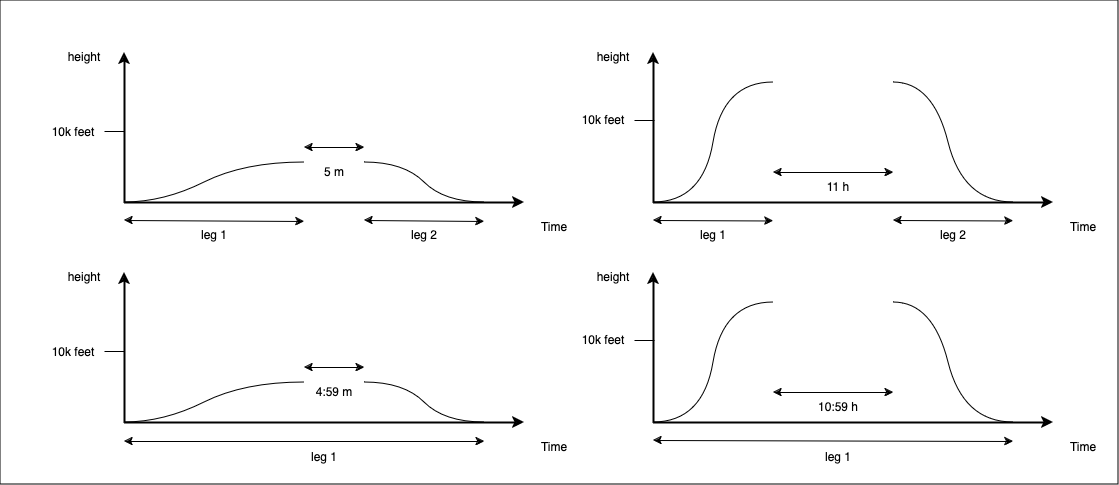
jorgecardleitao/private-jets keeps this draw.io diagram as explain.drawio.png. Above is the earlier version. Source tidied: cells renumbered, new cells last; positions are measured from the earlier drawing's top-left corner, leaving out a move shared by most shapes. Source of this version:
```xml
<mxGraphModel background="#FFFFFF">
  <root>
    <mxCell id="0" />
    <mxCell id="1" parent="0" />
    <mxCell id="2" style="rounded=0;whiteSpace=wrap;html=1;fillColor=#FFFFFF;" parent="1" vertex="1">
      <mxGeometry width="1118" height="484" as="geometry" />
    </mxCell>
    <mxCell id="3" style="endArrow=classic;html=1;rounded=0;strokeWidth=2;strokeColor=#000000;fontColor=#000000;" parent="1" edge="1">
      <mxGeometry relative="1" as="geometry">
        <mxPoint x="653" y="202" as="sourcePoint" />
        <mxPoint x="653" y="52" as="targetPoint" />
      </mxGeometry>
    </mxCell>
    <mxCell id="4" style="endArrow=classic;html=1;rounded=0;strokeWidth=2;strokeColor=#000000;fontColor=#000000;" parent="1" edge="1">
      <mxGeometry relative="1" as="geometry">
        <mxPoint x="653" y="202" as="sourcePoint" />
        <mxPoint x="1053" y="202" as="targetPoint" />
      </mxGeometry>
    </mxCell>
    <mxCell id="5" style="curved=1;endArrow=none;html=1;rounded=0;endFill=0;strokeColor=#000000;fontColor=#000000;" parent="1" edge="1">
      <mxGeometry relative="1" as="geometry">
        <mxPoint x="653" y="202" as="sourcePoint" />
        <mxPoint x="773" y="82" as="targetPoint" />
        <Array as="points">
          <mxPoint x="703" y="202" />
          <mxPoint x="723" y="82" />
        </Array>
      </mxGeometry>
    </mxCell>
    <mxCell id="6" style="curved=1;endArrow=none;html=1;rounded=0;endFill=0;strokeColor=#000000;fontColor=#000000;" parent="1" edge="1">
      <mxGeometry relative="1" as="geometry">
        <mxPoint x="893" y="82" as="sourcePoint" />
        <mxPoint x="1013" y="202" as="targetPoint" />
        <Array as="points">
          <mxPoint x="933" y="82" />
          <mxPoint x="963" y="202" />
        </Array>
      </mxGeometry>
    </mxCell>
    <mxCell id="7" value="height" style="text;html=1;strokeColor=none;fillColor=none;align=center;verticalAlign=middle;whiteSpace=wrap;rounded=0;fontColor=#000000;" parent="1" vertex="1">
      <mxGeometry x="583" y="42" width="60" height="30" as="geometry" />
    </mxCell>
    <mxCell id="8" value="Time" style="text;html=1;strokeColor=none;fillColor=none;align=center;verticalAlign=middle;whiteSpace=wrap;rounded=0;fontColor=#000000;" parent="1" vertex="1">
      <mxGeometry x="1053" y="212" width="60" height="30" as="geometry" />
    </mxCell>
    <mxCell id="9" style="endArrow=classic;startArrow=classic;html=1;rounded=0;strokeColor=#000000;fontColor=#000000;" parent="1" edge="1">
      <mxGeometry relative="1" as="geometry">
        <mxPoint x="773" y="172" as="sourcePoint" />
        <mxPoint x="893" y="172" as="targetPoint" />
      </mxGeometry>
    </mxCell>
    <mxCell id="10" value="11 h" style="text;html=1;strokeColor=none;fillColor=none;align=center;verticalAlign=middle;whiteSpace=wrap;rounded=0;fontColor=#000000;" parent="1" vertex="1">
      <mxGeometry x="808" y="172" width="60" height="30" as="geometry" />
    </mxCell>
    <mxCell id="11" style="endArrow=classic;html=1;rounded=0;strokeWidth=2;strokeColor=#000000;fontColor=#000000;" parent="1" edge="1">
      <mxGeometry relative="1" as="geometry">
        <mxPoint x="124" y="202" as="sourcePoint" />
        <mxPoint x="124" y="52" as="targetPoint" />
      </mxGeometry>
    </mxCell>
    <mxCell id="12" style="endArrow=classic;html=1;rounded=0;strokeWidth=2;strokeColor=#000000;fontColor=#000000;" parent="1" edge="1">
      <mxGeometry relative="1" as="geometry">
        <mxPoint x="124" y="202" as="sourcePoint" />
        <mxPoint x="524" y="202" as="targetPoint" />
      </mxGeometry>
    </mxCell>
    <mxCell id="13" style="curved=1;endArrow=none;html=1;rounded=0;endFill=0;strokeColor=#000000;fontColor=#000000;" parent="1" edge="1">
      <mxGeometry relative="1" as="geometry">
        <mxPoint x="124" y="202" as="sourcePoint" />
        <mxPoint x="304" y="162" as="targetPoint" />
        <Array as="points">
          <mxPoint x="164" y="202" />
          <mxPoint x="244" y="162" />
        </Array>
      </mxGeometry>
    </mxCell>
    <mxCell id="14" style="curved=1;endArrow=none;html=1;rounded=0;endFill=0;strokeColor=#000000;fontColor=#000000;" parent="1" edge="1">
      <mxGeometry relative="1" as="geometry">
        <mxPoint x="364" y="162" as="sourcePoint" />
        <mxPoint x="484" y="202" as="targetPoint" />
        <Array as="points">
          <mxPoint x="404" y="162" />
          <mxPoint x="444" y="202" />
        </Array>
      </mxGeometry>
    </mxCell>
    <mxCell id="15" value="height" style="text;html=1;strokeColor=none;fillColor=none;align=center;verticalAlign=middle;whiteSpace=wrap;rounded=0;fontColor=#000000;" parent="1" vertex="1">
      <mxGeometry x="54" y="42" width="60" height="30" as="geometry" />
    </mxCell>
    <mxCell id="16" value="Time" style="text;html=1;strokeColor=none;fillColor=none;align=center;verticalAlign=middle;whiteSpace=wrap;rounded=0;fontColor=#000000;" parent="1" vertex="1">
      <mxGeometry x="524" y="212" width="60" height="30" as="geometry" />
    </mxCell>
    <mxCell id="17" style="endArrow=classic;startArrow=classic;html=1;rounded=0;strokeColor=#000000;fontColor=#000000;" parent="1" edge="1">
      <mxGeometry relative="1" as="geometry">
        <mxPoint x="653" y="220" as="sourcePoint" />
        <mxPoint x="773" y="220.5" as="targetPoint" />
      </mxGeometry>
    </mxCell>
    <mxCell id="18" style="endArrow=classic;startArrow=classic;html=1;rounded=0;strokeColor=#000000;fontColor=#000000;" parent="1" edge="1">
      <mxGeometry relative="1" as="geometry">
        <mxPoint x="893" y="220" as="sourcePoint" />
        <mxPoint x="1013" y="220.5" as="targetPoint" />
      </mxGeometry>
    </mxCell>
    <mxCell id="19" value="leg 1" style="text;html=1;strokeColor=none;fillColor=none;align=center;verticalAlign=middle;whiteSpace=wrap;rounded=0;fontColor=#000000;" parent="1" vertex="1">
      <mxGeometry x="683" y="220" width="60" height="30" as="geometry" />
    </mxCell>
    <mxCell id="20" value="leg 2" style="text;html=1;strokeColor=none;fillColor=none;align=center;verticalAlign=middle;whiteSpace=wrap;rounded=0;fontColor=#000000;" parent="1" vertex="1">
      <mxGeometry x="923" y="220" width="60" height="30" as="geometry" />
    </mxCell>
    <mxCell id="21" style="endArrow=none;html=1;rounded=0;strokeColor=#000000;fontColor=#000000;" parent="1" edge="1">
      <mxGeometry relative="1" as="geometry">
        <mxPoint x="104" y="131" as="sourcePoint" />
        <mxPoint x="124" y="131" as="targetPoint" />
      </mxGeometry>
    </mxCell>
    <mxCell id="22" style="endArrow=none;html=1;rounded=0;strokeColor=#000000;fontColor=#000000;" parent="1" edge="1">
      <mxGeometry relative="1" as="geometry">
        <mxPoint x="634" y="120" as="sourcePoint" />
        <mxPoint x="654" y="120" as="targetPoint" />
      </mxGeometry>
    </mxCell>
    <mxCell id="23" value="10k feet" style="text;html=1;strokeColor=none;fillColor=none;align=center;verticalAlign=middle;whiteSpace=wrap;rounded=0;fontColor=#000000;" parent="1" vertex="1">
      <mxGeometry x="43" y="117" width="60" height="30" as="geometry" />
    </mxCell>
    <mxCell id="24" value="10k feet" style="text;html=1;strokeColor=none;fillColor=none;align=center;verticalAlign=middle;whiteSpace=wrap;rounded=0;fontColor=#000000;" parent="1" vertex="1">
      <mxGeometry x="573" y="105" width="60" height="30" as="geometry" />
    </mxCell>
    <mxCell id="25" style="endArrow=classic;startArrow=classic;html=1;rounded=0;strokeColor=#000000;fontColor=#000000;" parent="1" edge="1">
      <mxGeometry relative="1" as="geometry">
        <mxPoint x="304" y="147" as="sourcePoint" />
        <mxPoint x="364" y="147" as="targetPoint" />
      </mxGeometry>
    </mxCell>
    <mxCell id="26" value="5 m" style="text;html=1;strokeColor=none;fillColor=none;align=center;verticalAlign=middle;whiteSpace=wrap;rounded=0;fontColor=#000000;" parent="1" vertex="1">
      <mxGeometry x="304" y="157" width="60" height="30" as="geometry" />
    </mxCell>
    <mxCell id="27" style="endArrow=classic;startArrow=classic;html=1;rounded=0;strokeColor=#000000;fontColor=#000000;" parent="1" edge="1">
      <mxGeometry relative="1" as="geometry">
        <mxPoint x="124" y="220" as="sourcePoint" />
        <mxPoint x="304" y="221" as="targetPoint" />
      </mxGeometry>
    </mxCell>
    <mxCell id="28" style="endArrow=classic;startArrow=classic;html=1;rounded=0;strokeColor=#000000;fontColor=#000000;" parent="1" edge="1">
      <mxGeometry relative="1" as="geometry">
        <mxPoint x="364" y="220" as="sourcePoint" />
        <mxPoint x="484" y="221" as="targetPoint" />
      </mxGeometry>
    </mxCell>
    <mxCell id="29" value="leg 1" style="text;html=1;strokeColor=none;fillColor=none;align=center;verticalAlign=middle;whiteSpace=wrap;rounded=0;fontColor=#000000;" parent="1" vertex="1">
      <mxGeometry x="184" y="220" width="60" height="30" as="geometry" />
    </mxCell>
    <mxCell id="30" value="leg 2" style="text;html=1;strokeColor=none;fillColor=none;align=center;verticalAlign=middle;whiteSpace=wrap;rounded=0;fontColor=#000000;" parent="1" vertex="1">
      <mxGeometry x="394" y="220" width="60" height="30" as="geometry" />
    </mxCell>
    <mxCell id="31" style="endArrow=classic;html=1;rounded=0;strokeWidth=2;strokeColor=#000000;fontColor=#000000;" parent="1" edge="1">
      <mxGeometry relative="1" as="geometry">
        <mxPoint x="124" y="422" as="sourcePoint" />
        <mxPoint x="124" y="272" as="targetPoint" />
      </mxGeometry>
    </mxCell>
    <mxCell id="32" style="endArrow=classic;html=1;rounded=0;strokeWidth=2;strokeColor=#000000;fontColor=#000000;" parent="1" edge="1">
      <mxGeometry relative="1" as="geometry">
        <mxPoint x="124" y="422" as="sourcePoint" />
        <mxPoint x="524" y="422" as="targetPoint" />
      </mxGeometry>
    </mxCell>
    <mxCell id="33" style="curved=1;endArrow=none;html=1;rounded=0;endFill=0;strokeColor=#000000;fontColor=#000000;" parent="1" edge="1">
      <mxGeometry relative="1" as="geometry">
        <mxPoint x="124" y="422" as="sourcePoint" />
        <mxPoint x="304" y="382" as="targetPoint" />
        <Array as="points">
          <mxPoint x="164" y="422" />
          <mxPoint x="244" y="382" />
        </Array>
      </mxGeometry>
    </mxCell>
    <mxCell id="34" style="curved=1;endArrow=none;html=1;rounded=0;endFill=0;strokeColor=#000000;fontColor=#000000;" parent="1" edge="1">
      <mxGeometry relative="1" as="geometry">
        <mxPoint x="364" y="382" as="sourcePoint" />
        <mxPoint x="484" y="422" as="targetPoint" />
        <Array as="points">
          <mxPoint x="404" y="382" />
          <mxPoint x="444" y="422" />
        </Array>
      </mxGeometry>
    </mxCell>
    <mxCell id="35" value="height" style="text;html=1;strokeColor=none;fillColor=none;align=center;verticalAlign=middle;whiteSpace=wrap;rounded=0;fontColor=#000000;" parent="1" vertex="1">
      <mxGeometry x="54" y="262" width="60" height="30" as="geometry" />
    </mxCell>
    <mxCell id="36" value="Time" style="text;html=1;strokeColor=none;fillColor=none;align=center;verticalAlign=middle;whiteSpace=wrap;rounded=0;fontColor=#000000;" parent="1" vertex="1">
      <mxGeometry x="524" y="432" width="60" height="30" as="geometry" />
    </mxCell>
    <mxCell id="37" style="endArrow=none;html=1;rounded=0;strokeColor=#000000;fontColor=#000000;" parent="1" edge="1">
      <mxGeometry relative="1" as="geometry">
        <mxPoint x="104" y="351" as="sourcePoint" />
        <mxPoint x="124" y="351" as="targetPoint" />
      </mxGeometry>
    </mxCell>
    <mxCell id="38" value="10k feet" style="text;html=1;strokeColor=none;fillColor=none;align=center;verticalAlign=middle;whiteSpace=wrap;rounded=0;fontColor=#000000;" parent="1" vertex="1">
      <mxGeometry x="43" y="337" width="60" height="30" as="geometry" />
    </mxCell>
    <mxCell id="39" style="endArrow=classic;startArrow=classic;html=1;rounded=0;strokeColor=#000000;fontColor=#000000;" parent="1" edge="1">
      <mxGeometry relative="1" as="geometry">
        <mxPoint x="304" y="367" as="sourcePoint" />
        <mxPoint x="364" y="367" as="targetPoint" />
      </mxGeometry>
    </mxCell>
    <mxCell id="40" value="4:59 m" style="text;html=1;strokeColor=none;fillColor=none;align=center;verticalAlign=middle;whiteSpace=wrap;rounded=0;fontColor=#000000;" parent="1" vertex="1">
      <mxGeometry x="304" y="377" width="60" height="30" as="geometry" />
    </mxCell>
    <mxCell id="41" style="endArrow=classic;startArrow=classic;html=1;rounded=0;strokeColor=#000000;fontColor=#000000;" parent="1" edge="1">
      <mxGeometry relative="1" as="geometry">
        <mxPoint x="124" y="441" as="sourcePoint" />
        <mxPoint x="484" y="441" as="targetPoint" />
      </mxGeometry>
    </mxCell>
    <mxCell id="42" value="leg 1" style="text;html=1;strokeColor=none;fillColor=none;align=center;verticalAlign=middle;whiteSpace=wrap;rounded=0;fontColor=#000000;" parent="1" vertex="1">
      <mxGeometry x="294" y="442" width="60" height="30" as="geometry" />
    </mxCell>
    <mxCell id="43" style="endArrow=classic;html=1;rounded=0;strokeWidth=2;strokeColor=#000000;fontColor=#000000;" parent="1" edge="1">
      <mxGeometry relative="1" as="geometry">
        <mxPoint x="653" y="422" as="sourcePoint" />
        <mxPoint x="653" y="272" as="targetPoint" />
      </mxGeometry>
    </mxCell>
    <mxCell id="44" style="endArrow=classic;html=1;rounded=0;strokeWidth=2;strokeColor=#000000;fontColor=#000000;" parent="1" edge="1">
      <mxGeometry relative="1" as="geometry">
        <mxPoint x="653" y="422" as="sourcePoint" />
        <mxPoint x="1053" y="422" as="targetPoint" />
      </mxGeometry>
    </mxCell>
    <mxCell id="45" style="curved=1;endArrow=none;html=1;rounded=0;endFill=0;strokeColor=#000000;fontColor=#000000;" parent="1" edge="1">
      <mxGeometry relative="1" as="geometry">
        <mxPoint x="653" y="422" as="sourcePoint" />
        <mxPoint x="773" y="302" as="targetPoint" />
        <Array as="points">
          <mxPoint x="703" y="422" />
          <mxPoint x="723" y="302" />
        </Array>
      </mxGeometry>
    </mxCell>
    <mxCell id="46" style="curved=1;endArrow=none;html=1;rounded=0;endFill=0;strokeColor=#000000;fontColor=#000000;" parent="1" edge="1">
      <mxGeometry relative="1" as="geometry">
        <mxPoint x="893" y="302" as="sourcePoint" />
        <mxPoint x="1013" y="422" as="targetPoint" />
        <Array as="points">
          <mxPoint x="933" y="302" />
          <mxPoint x="963" y="422" />
        </Array>
      </mxGeometry>
    </mxCell>
    <mxCell id="47" value="height" style="text;html=1;strokeColor=none;fillColor=none;align=center;verticalAlign=middle;whiteSpace=wrap;rounded=0;fontColor=#000000;" parent="1" vertex="1">
      <mxGeometry x="583" y="262" width="60" height="30" as="geometry" />
    </mxCell>
    <mxCell id="48" value="Time" style="text;html=1;strokeColor=none;fillColor=none;align=center;verticalAlign=middle;whiteSpace=wrap;rounded=0;fontColor=#000000;" parent="1" vertex="1">
      <mxGeometry x="1053" y="432" width="60" height="30" as="geometry" />
    </mxCell>
    <mxCell id="49" style="endArrow=classic;startArrow=classic;html=1;rounded=0;strokeColor=#000000;fontColor=#000000;" parent="1" edge="1">
      <mxGeometry relative="1" as="geometry">
        <mxPoint x="773" y="392" as="sourcePoint" />
        <mxPoint x="893" y="392" as="targetPoint" />
      </mxGeometry>
    </mxCell>
    <mxCell id="50" value="10:59 h" style="text;html=1;strokeColor=none;fillColor=none;align=center;verticalAlign=middle;whiteSpace=wrap;rounded=0;fontColor=#000000;" parent="1" vertex="1">
      <mxGeometry x="808" y="392" width="60" height="30" as="geometry" />
    </mxCell>
    <mxCell id="51" style="endArrow=classic;startArrow=classic;html=1;rounded=0;strokeColor=#000000;fontColor=#000000;" parent="1" edge="1">
      <mxGeometry relative="1" as="geometry">
        <mxPoint x="653" y="440" as="sourcePoint" />
        <mxPoint x="1013" y="441" as="targetPoint" />
      </mxGeometry>
    </mxCell>
    <mxCell id="52" value="leg 1" style="text;html=1;strokeColor=none;fillColor=none;align=center;verticalAlign=middle;whiteSpace=wrap;rounded=0;fontColor=#000000;" parent="1" vertex="1">
      <mxGeometry x="808" y="442" width="60" height="30" as="geometry" />
    </mxCell>
    <mxCell id="53" style="endArrow=none;html=1;rounded=0;strokeColor=#000000;fontColor=#000000;" parent="1" edge="1">
      <mxGeometry relative="1" as="geometry">
        <mxPoint x="634" y="340" as="sourcePoint" />
        <mxPoint x="654" y="340" as="targetPoint" />
      </mxGeometry>
    </mxCell>
    <mxCell id="54" value="10k feet" style="text;html=1;strokeColor=none;fillColor=none;align=center;verticalAlign=middle;whiteSpace=wrap;rounded=0;fontColor=#000000;" parent="1" vertex="1">
      <mxGeometry x="573" y="325" width="60" height="30" as="geometry" />
    </mxCell>
  </root>
</mxGraphModel>
```
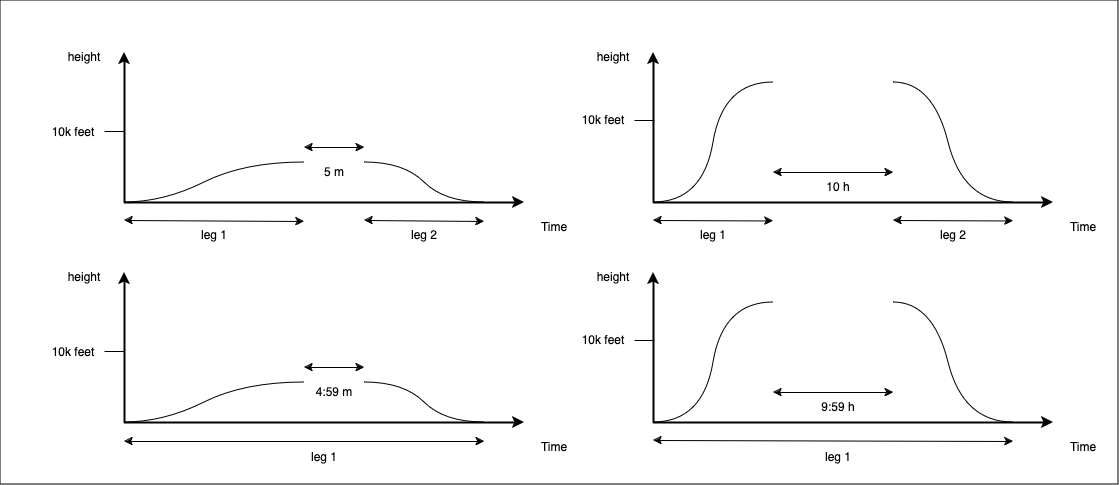
The same file after the commit.

Commit message:
Fixed typo in methodology (#64)

Diff of the diagram source:
```diff
@@ -49,7 +49,7 @@
         <mxPoint x="893" y="172" as="targetPoint" />
       </mxGeometry>
     </mxCell>
-    <mxCell id="10" value="11 h" style="text;html=1;strokeColor=none;fillColor=none;align=center;verticalAlign=middle;whiteSpace=wrap;rounded=0;fontColor=#000000;" parent="1" vertex="1">
+    <mxCell id="10" value="10 h" style="text;html=1;strokeColor=none;fillColor=none;align=center;verticalAlign=middle;whiteSpace=wrap;rounded=0;fontColor=#000000;" parent="1" vertex="1">
       <mxGeometry x="808" y="172" width="60" height="30" as="geometry" />
     </mxCell>
     <mxCell id="11" style="endArrow=classic;html=1;rounded=0;strokeWidth=2;strokeColor=#000000;fontColor=#000000;" parent="1" edge="1">
@@ -262,7 +262,7 @@
         <mxPoint x="893" y="392" as="targetPoint" />
       </mxGeometry>
     </mxCell>
-    <mxCell id="50" value="10:59 h" style="text;html=1;strokeColor=none;fillColor=none;align=center;verticalAlign=middle;whiteSpace=wrap;rounded=0;fontColor=#000000;" parent="1" vertex="1">
+    <mxCell id="50" value="9:59 h" style="text;html=1;strokeColor=none;fillColor=none;align=center;verticalAlign=middle;whiteSpace=wrap;rounded=0;fontColor=#000000;" parent="1" vertex="1">
       <mxGeometry x="808" y="392" width="60" height="30" as="geometry" />
     </mxCell>
     <mxCell id="51" style="endArrow=classic;startArrow=classic;html=1;rounded=0;strokeColor=#000000;fontColor=#000000;" parent="1" edge="1">
```
